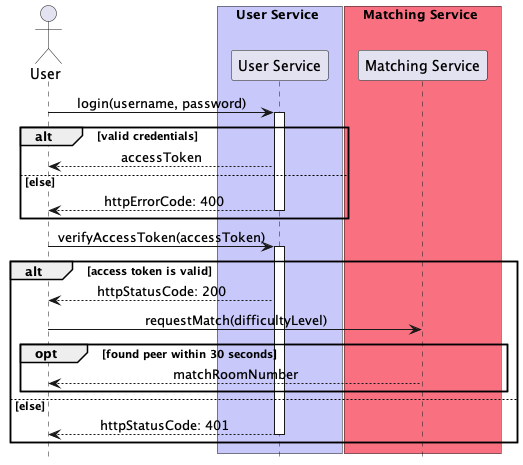
The PlantUML diagram project-report/images/match-request.png in CS3219-AY2223S1/cs3219-project-ay2223s1-g22, before a commit. Its diagram source:
```plantuml
@startuml abc
!include style.puml

actor "User" as User

box User Service USER_SERVICE_COLOR_T1
	participant "User Service" as UserService
end box

box Matching Service MATCHING_SERVICE_COLOR_T1
	participant "Matching Service" as MatchingService
end box

User -> UserService : login(username, password)
activate UserService
alt valid credentials
	User <-- UserService : accessToken
else else
	User <-- UserService : httpErrorCode: 400
	deactivate UserService
end


User -> UserService : verifyAccessToken(accessToken)
activate UserService
alt access token is valid
	User <-- UserService : httpStatusCode: 200
	User -> MatchingService : requestMatch(difficultyLevel)

	opt found peer within 30 seconds
		User <-- MatchingService : matchRoomNumber
	end
else else
	User <-- UserService : httpStatusCode: 401
	deactivate UserService
end

@enduml
```
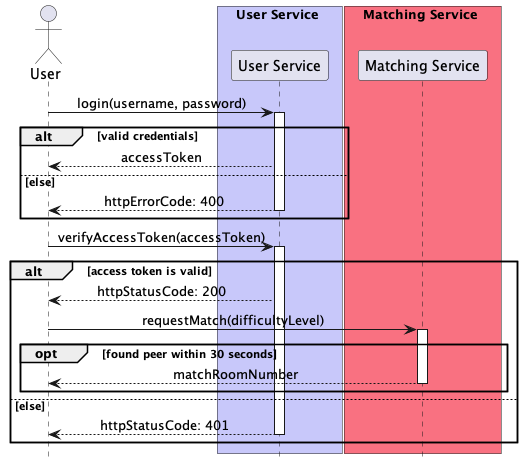
Later version of the same file.

Commit message:
Add missing activation bar

The edit, as a diff of the source:
```diff
@@ -26,9 +26,10 @@
 alt access token is valid
 	User <-- UserService : httpStatusCode: 200
 	User -> MatchingService : requestMatch(difficultyLevel)
-
+	activate MatchingService
 	opt found peer within 30 seconds
 		User <-- MatchingService : matchRoomNumber
+		deactivate MatchingService
 	end
 else else
 	User <-- UserService : httpStatusCode: 401
```
